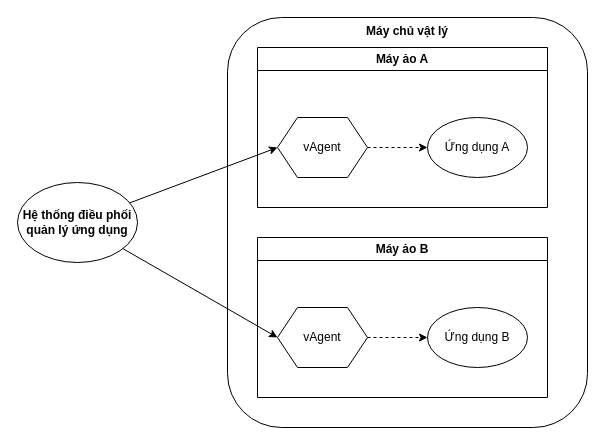
Above: page "Trang-3" (3 of 4) of auto healing.drawio in hiep1097/drawio (draw.io), before the change. Source tidied: cells renumbered, new cells numbered last; positions are measured from the earlier drawing's top-left corner, leaving out a move shared by most shapes. Both pictures are drawn from the tidied source at 100%, with x=0, y=0 at pixel (17, 17).
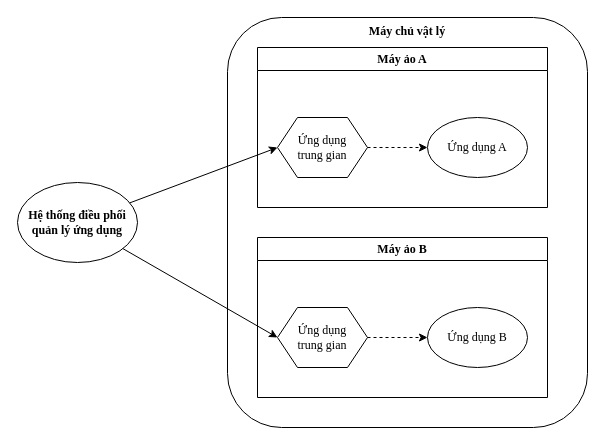
The same page after the edit.

Change to the diagram source:
```diff
@@
 <mxGraphModel>
   <root>
     <mxCell id="0" />
     <mxCell id="1" parent="0" />
-    <mxCell id="2" value="Hệ thống điều phối quản lý ứng dụng" style="ellipse;whiteSpace=wrap;html=1;fontStyle=1;" parent="1" vertex="1">
+    <mxCell id="2" value="Hệ thống điều phối quản lý ứng dụng" style="ellipse;whiteSpace=wrap;html=1;fontStyle=1;fontFamily=Times New Roman;" parent="1" vertex="1">
       <mxGeometry y="165" width="120" height="80" as="geometry" />
     </mxCell>
-    <mxCell id="3" value="Máy chủ vật lý" style="rounded=1;whiteSpace=wrap;html=1;verticalAlign=top;fontStyle=1;" parent="1" vertex="1">
+    <mxCell id="3" value="Máy chủ vật lý" style="rounded=1;whiteSpace=wrap;html=1;verticalAlign=top;fontStyle=1;fontFamily=Times New Roman;" parent="1" vertex="1">
       <mxGeometry x="210" width="360" height="410" as="geometry" />
     </mxCell>
-    <mxCell id="4" value="Máy ảo A" style="swimlane;whiteSpace=wrap;html=1;" parent="1" vertex="1">
+    <mxCell id="4" value="Máy ảo A" style="swimlane;whiteSpace=wrap;html=1;fontFamily=Times New Roman;" parent="1" vertex="1">
       <mxGeometry x="240" y="30" width="290" height="160" as="geometry" />
     </mxCell>
-    <mxCell id="5" value="Ứng dụng A" style="ellipse;whiteSpace=wrap;html=1;" parent="4" vertex="1">
+    <mxCell id="5" value="Ứng dụng A" style="ellipse;whiteSpace=wrap;html=1;fontFamily=Times New Roman;" parent="4" vertex="1">
       <mxGeometry x="170" y="70" width="100" height="60" as="geometry" />
     </mxCell>
-    <mxCell id="6" value="vAgent" style="shape=hexagon;perimeter=hexagonPerimeter2;whiteSpace=wrap;html=1;fixedSize=1;" parent="4" vertex="1">
+    <mxCell id="6" value="Ứng dụng &lt;br&gt;trung gian" style="shape=hexagon;perimeter=hexagonPerimeter2;whiteSpace=wrap;html=1;fixedSize=1;fontFamily=Times New Roman;" parent="4" vertex="1">
       <mxGeometry x="20" y="70" width="90" height="60" as="geometry" />
     </mxCell>
-    <mxCell id="7" style="endArrow=classic;html=1;rounded=0;dashed=1;" parent="4" edge="1" source="6" target="5">
+    <mxCell id="7" style="endArrow=classic;html=1;rounded=0;dashed=1;fontFamily=Times New Roman;" parent="4" edge="1" source="6" target="5">
       <mxGeometry relative="1" as="geometry" />
     </mxCell>
-    <mxCell id="8" value="Máy ảo B" style="swimlane;whiteSpace=wrap;html=1;" parent="1" vertex="1">
+    <mxCell id="8" value="Máy ảo B" style="swimlane;whiteSpace=wrap;html=1;fontFamily=Times New Roman;" parent="1" vertex="1">
       <mxGeometry x="240" y="220" width="290" height="160" as="geometry" />
     </mxCell>
-    <mxCell id="9" value="Ứng dụng B" style="ellipse;whiteSpace=wrap;html=1;" parent="8" vertex="1">
+    <mxCell id="9" value="Ứng dụng B" style="ellipse;whiteSpace=wrap;html=1;fontFamily=Times New Roman;" parent="8" vertex="1">
       <mxGeometry x="170" y="70" width="100" height="60" as="geometry" />
     </mxCell>
-    <mxCell id="10" value="vAgent" style="shape=hexagon;perimeter=hexagonPerimeter2;whiteSpace=wrap;html=1;fixedSize=1;" parent="8" vertex="1">
+    <mxCell id="10" value="Ứng dụng&lt;br style=&quot;border-color: var(--border-color);&quot;&gt;trung gian" style="shape=hexagon;perimeter=hexagonPerimeter2;whiteSpace=wrap;html=1;fixedSize=1;fontFamily=Times New Roman;" parent="8" vertex="1">
       <mxGeometry x="20" y="70" width="90" height="60" as="geometry" />
     </mxCell>
-    <mxCell id="11" style="endArrow=classic;html=1;rounded=0;dashed=1;" parent="8" edge="1" source="10" target="9">
+    <mxCell id="11" style="endArrow=classic;html=1;rounded=0;dashed=1;fontFamily=Times New Roman;" parent="8" edge="1" source="10" target="9">
       <mxGeometry relative="1" as="geometry" />
     </mxCell>
-    <mxCell id="12" style="endArrow=classic;html=1;rounded=0;entryX=0;entryY=0.5;entryDx=0;entryDy=0;" parent="1" edge="1" source="2" target="6">
+    <mxCell id="12" style="endArrow=classic;html=1;rounded=0;entryX=0;entryY=0.5;entryDx=0;entryDy=0;fontFamily=Times New Roman;" parent="1" edge="1" source="2" target="6">
       <mxGeometry relative="1" as="geometry" />
     </mxCell>
-    <mxCell id="13" style="endArrow=classic;html=1;rounded=0;entryX=0;entryY=0.5;entryDx=0;entryDy=0;" parent="1" edge="1" source="2" target="10">
+    <mxCell id="13" style="endArrow=classic;html=1;rounded=0;entryX=0;entryY=0.5;entryDx=0;entryDy=0;fontFamily=Times New Roman;" parent="1" edge="1" source="2" target="10">
       <mxGeometry relative="1" as="geometry" />
     </mxCell>
   </root>
 </mxGraphModel>
```
